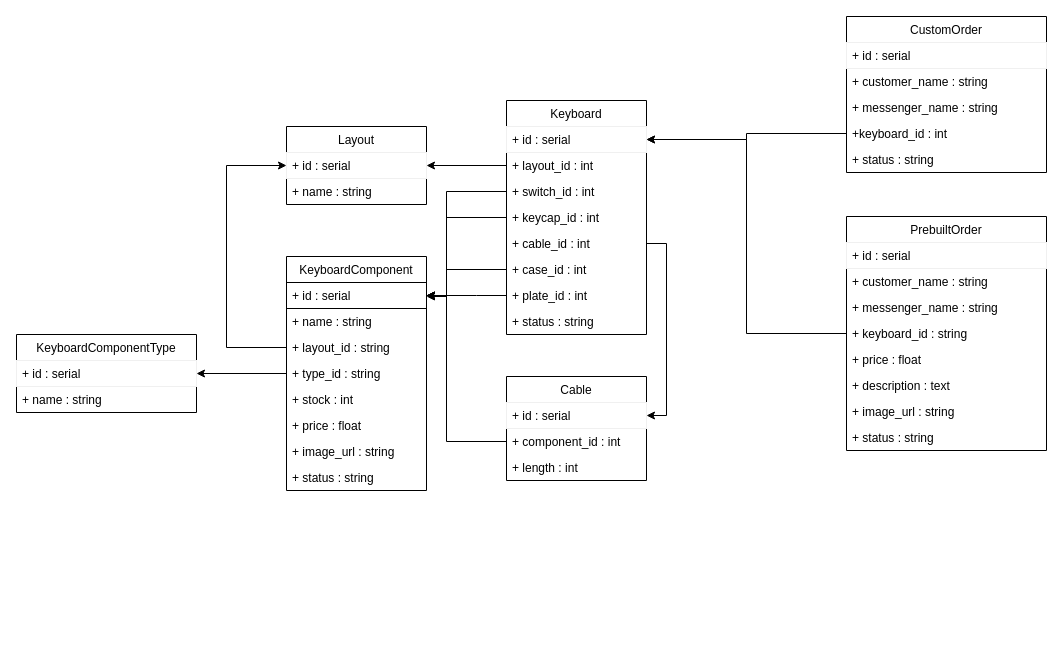
saas786/chavez-inventory keeps this draw.io diagram as UML.drawio. Above is the earlier version. Source tidied: cells renumbered, new cells numbered last; positions are measured from the earlier drawing's top-left corner, leaving out a move shared by most shapes. Both pictures are drawn from the tidied source at 100%, with x=0, y=0 at pixel (16, 16).
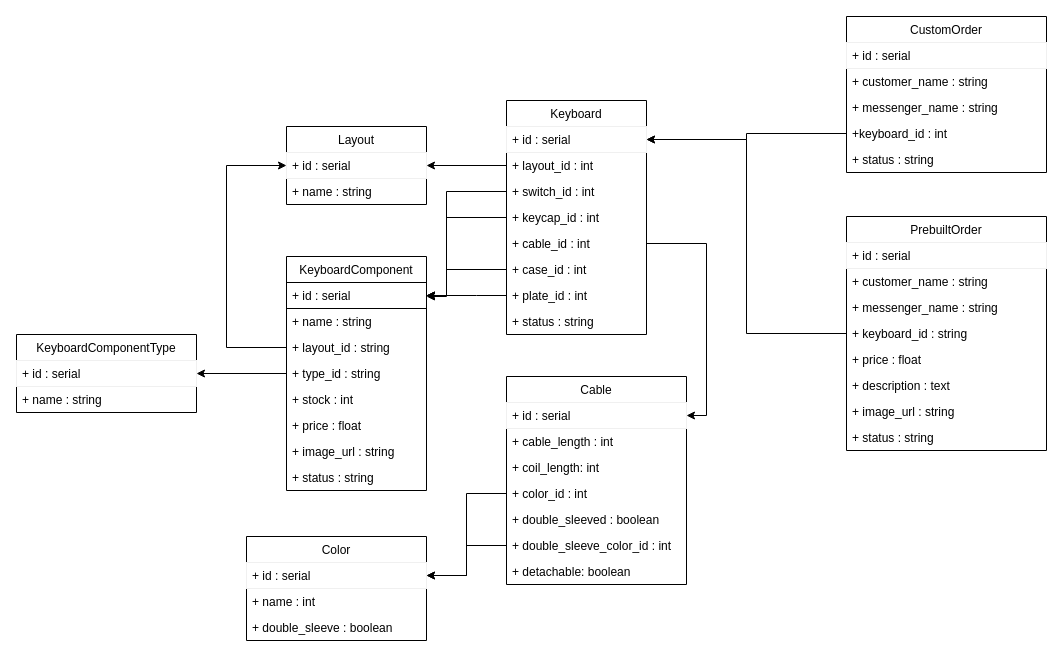
After the change.

The change refers to these unchanged cells:
```xml
<mxCell id="24" value="+ id : serial" style="text;fillColor=none;align=left;verticalAlign=top;spacingLeft=4;spacingRight=4;overflow=hidden;points=[[0,0.5],[1,0.5]];portConstraint=eastwest;strokeColor=#000000;" parent="23" vertex="1">
  <mxGeometry y="26" width="140" height="26" as="geometry" />
</mxCell>
```

What changed in the source:
```diff
@@
     <mxCell id="42" value="Cable" style="swimlane;fontStyle=0;horizontal=1;startSize=26;fillColor=none;" parent="1" vertex="1">
-      <mxGeometry x="490" y="360" width="140" height="104" as="geometry" />
+      <mxGeometry x="490" y="360" width="180" height="208" as="geometry" />
     </mxCell>
     <mxCell id="43" value="+ id : serial" style="text;fillColor=none;align=left;verticalAlign=top;spacingLeft=4;spacingRight=4;overflow=hidden;points=[[0,0.5],[1,0.5]];portConstraint=eastwest;strokeColor=#f0f0f0;" parent="42" vertex="1">
-      <mxGeometry y="26" width="140" height="26" as="geometry" />
+      <mxGeometry y="26" width="180" height="26" as="geometry" />
     </mxCell>
-    <mxCell id="44" value="+ component_id : int" style="text;strokeColor=none;fillColor=none;align=left;verticalAlign=top;spacingLeft=4;spacingRight=4;overflow=hidden;points=[[0,0.5],[1,0.5]];portConstraint=eastwest;" parent="42" vertex="1">
-      <mxGeometry y="52" width="140" height="26" as="geometry" />
-    </mxCell>
-    <mxCell id="45" value="+ length : int" style="text;strokeColor=none;fillColor=none;align=left;verticalAlign=top;spacingLeft=4;spacingRight=4;overflow=hidden;" parent="42" vertex="1">
-      <mxGeometry y="78" width="140" height="26" as="geometry" />
+    <mxCell id="45" value="+ cable_length : int" style="text;strokeColor=none;fillColor=none;align=left;verticalAlign=top;spacingLeft=4;spacingRight=4;overflow=hidden;" parent="42" vertex="1">
+      <mxGeometry y="52" width="180" height="26" as="geometry" />
     </mxCell>
+    <mxCell id="56" value="+ coil_length: int" style="text;strokeColor=none;fillColor=none;align=left;verticalAlign=top;spacingLeft=4;spacingRight=4;overflow=hidden;" parent="42" vertex="1">
+      <mxGeometry y="78" width="180" height="26" as="geometry" />
+    </mxCell>
+    <mxCell id="57" value="+ color_id : int" style="text;strokeColor=none;fillColor=none;align=left;verticalAlign=top;spacingLeft=4;spacingRight=4;overflow=hidden;points=[[0,0.5],[1,0.5]];portConstraint=eastwest;" parent="42" vertex="1">
+      <mxGeometry y="104" width="180" height="26" as="geometry" />
+    </mxCell>
+    <mxCell id="58" value="+ double_sleeved : boolean" style="text;strokeColor=none;fillColor=none;align=left;verticalAlign=top;spacingLeft=4;spacingRight=4;overflow=hidden;" parent="42" vertex="1">
+      <mxGeometry y="130" width="180" height="26" as="geometry" />
+    </mxCell>
+    <mxCell id="59" value="+ double_sleeve_color_id : int" style="text;strokeColor=none;fillColor=none;align=left;verticalAlign=top;spacingLeft=4;spacingRight=4;overflow=hidden;points=[[0,0.5],[1,0.5]];portConstraint=eastwest;" parent="42" vertex="1">
+      <mxGeometry y="156" width="180" height="26" as="geometry" />
+    </mxCell>
+    <mxCell id="60" value="+ detachable: boolean" style="text;strokeColor=none;fillColor=none;align=left;verticalAlign=top;spacingLeft=4;spacingRight=4;overflow=hidden;" parent="42" vertex="1">
+      <mxGeometry y="182" width="180" height="26" as="geometry" />
+    </mxCell>
@@
-    <mxCell id="51" style="edgeStyle=orthogonalEdgeStyle;rounded=0;jettySize=auto;html=1;exitX=0;exitY=0.5;exitDx=0;exitDy=0;entryX=1;entryY=0.5;entryDx=0;entryDy=0;" parent="1" edge="1" source="44" target="24">
-      <mxGeometry relative="1" as="geometry">
-        <Array as="points">
-          <mxPoint x="430" y="425" />
-          <mxPoint x="430" y="279" />
-        </Array>
-      </mxGeometry>
-    </mxCell>
@@
+    <mxCell id="61" value="Color" style="swimlane;fontStyle=0;horizontal=1;startSize=26;fillColor=none;" parent="1" vertex="1">
+      <mxGeometry x="230" y="520" width="180" height="104" as="geometry" />
+    </mxCell>
+    <mxCell id="62" value="+ id : serial" style="text;fillColor=none;align=left;verticalAlign=top;spacingLeft=4;spacingRight=4;overflow=hidden;points=[[0,0.5],[1,0.5]];portConstraint=eastwest;strokeColor=#f0f0f0;" parent="61" vertex="1">
+      <mxGeometry y="26" width="180" height="26" as="geometry" />
+    </mxCell>
+    <mxCell id="63" value="+ name : int" style="text;strokeColor=none;fillColor=none;align=left;verticalAlign=top;spacingLeft=4;spacingRight=4;overflow=hidden;" parent="61" vertex="1">
+      <mxGeometry y="52" width="180" height="26" as="geometry" />
+    </mxCell>
+    <mxCell id="64" value="+ double_sleeve : boolean" style="text;strokeColor=none;fillColor=none;align=left;verticalAlign=top;spacingLeft=4;spacingRight=4;overflow=hidden;" parent="61" vertex="1">
+      <mxGeometry y="78" width="180" height="26" as="geometry" />
+    </mxCell>
+    <mxCell id="65" style="edgeStyle=orthogonalEdgeStyle;rounded=0;jettySize=auto;html=1;exitX=0;exitY=0.5;exitDx=0;exitDy=0;entryX=1;entryY=0.5;entryDx=0;entryDy=0;" parent="1" edge="1" source="57" target="62">
+      <mxGeometry relative="1" as="geometry" />
+    </mxCell>
+    <mxCell id="66" style="edgeStyle=orthogonalEdgeStyle;rounded=0;jettySize=auto;html=1;exitX=0;exitY=0.5;exitDx=0;exitDy=0;entryX=1;entryY=0.5;entryDx=0;entryDy=0;" parent="1" edge="1" source="59" target="62">
+      <mxGeometry relative="1" as="geometry" />
+    </mxCell>
```
